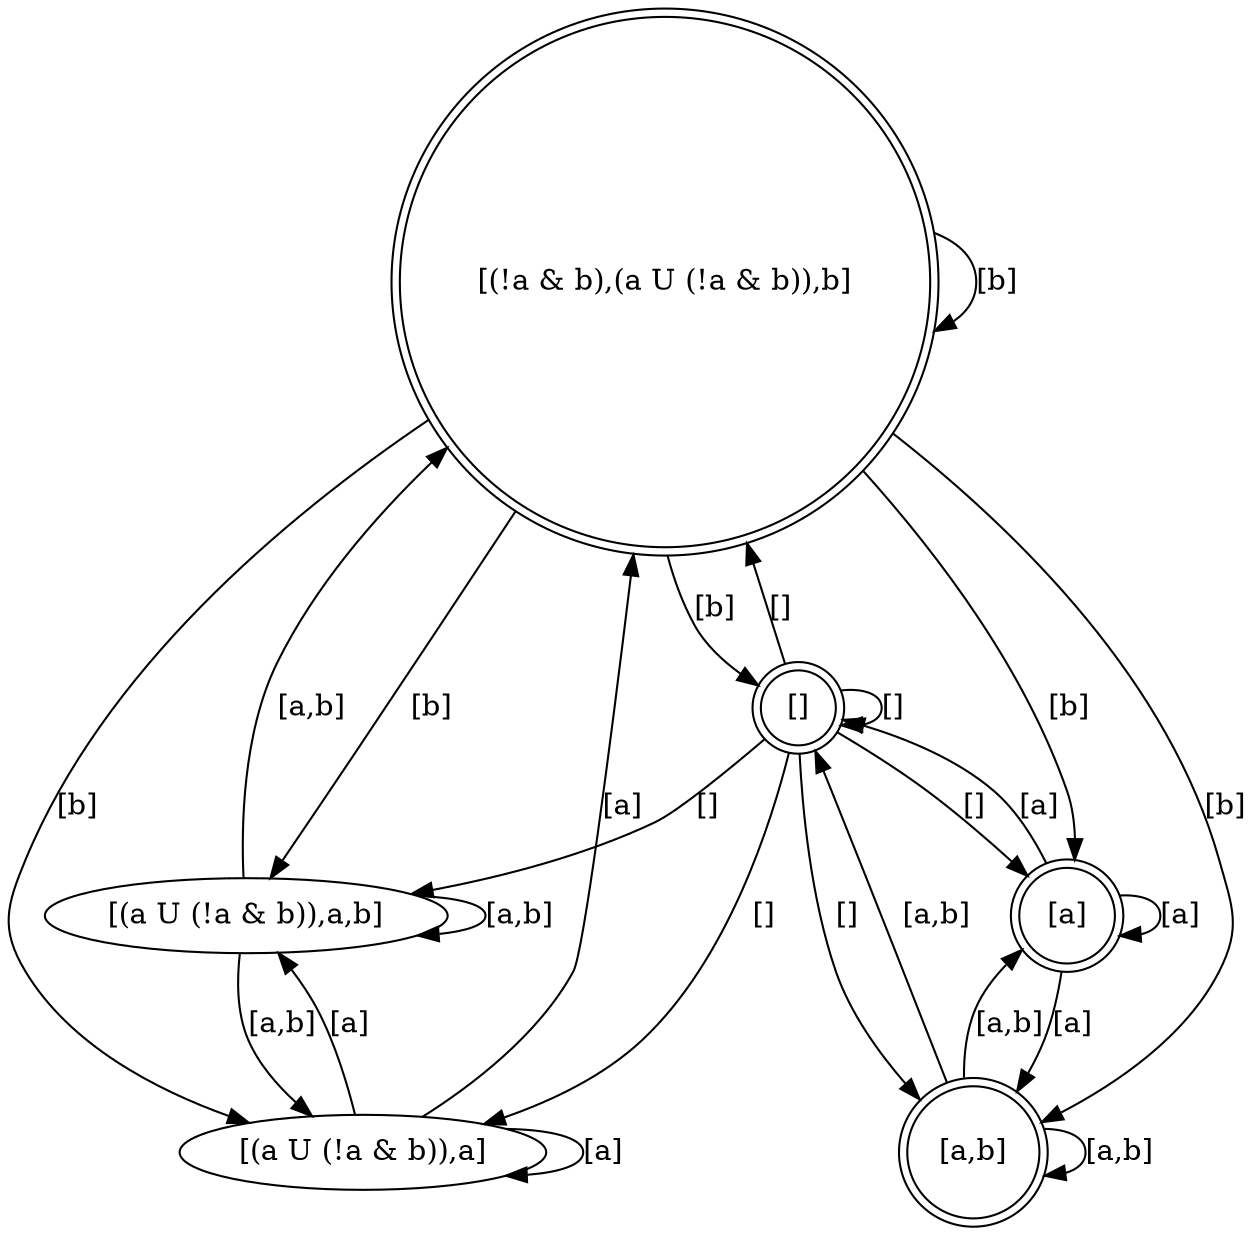
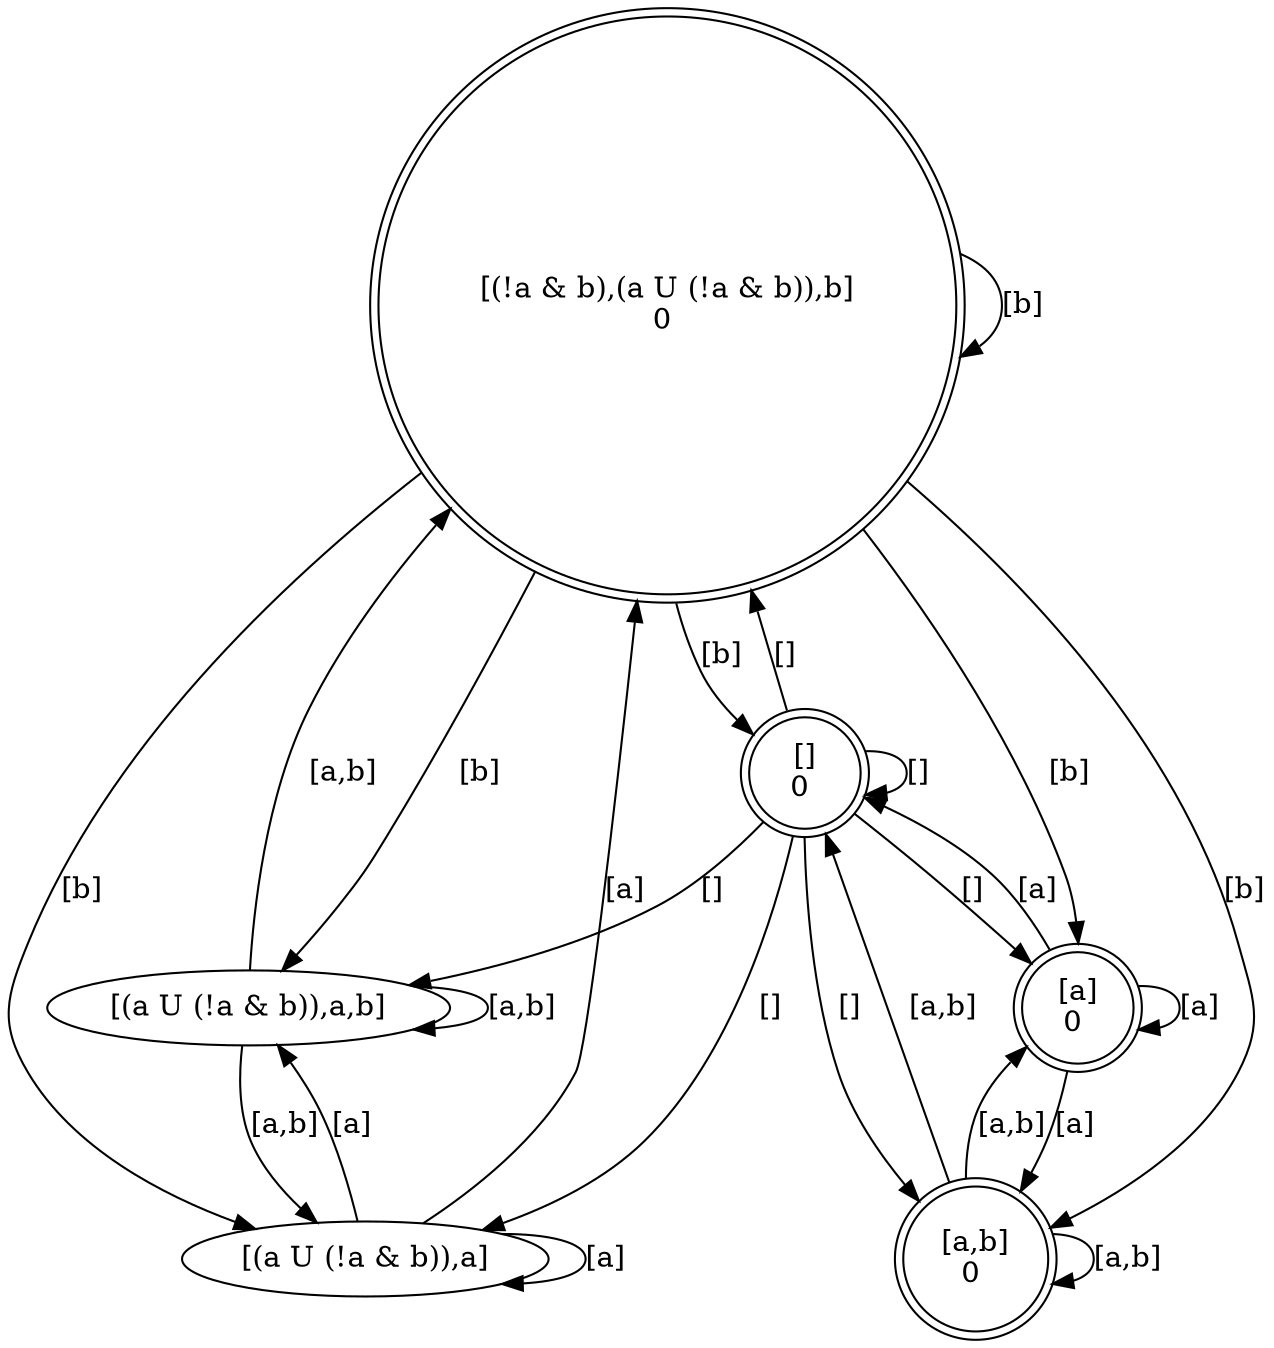
digraph gnba {
    node [colorscheme = spectral11];
-     "[(!a & b),(a U (!a & b)),b]"[shape = doublecircle];
+     "[(!a & b),(a U (!a & b)),b]"[shape = doublecircle] [label = "[(!a & b),(a U (!a & b)),b]
+ 0 "];
    "[(a U (!a & b)),a,b]";
    "[(a U (!a & b)),a]";
-     "[]"[shape = doublecircle];
-     "[a,b]"[shape = doublecircle];
-     "[a]"[shape = doublecircle];
+     "[]"[shape = doublecircle] [label = "[]
+ 0 "];
+     "[a,b]"[shape = doublecircle] [label = "[a,b]
+ 0 "];
+     "[a]"[shape = doublecircle] [label = "[a]
+ 0 "];
    "[(!a & b),(a U (!a & b)),b]" -> "[(!a & b),(a U (!a & b)),b]" [label = "[b]"];
    "[(!a & b),(a U (!a & b)),b]" -> "[(a U (!a & b)),a,b]" [label = "[b]"];
    "[(!a & b),(a U (!a & b)),b]" -> "[(a U (!a & b)),a]" [label = "[b]"];
    "[(!a & b),(a U (!a & b)),b]" -> "[]" [label = "[b]"];
    "[(!a & b),(a U (!a & b)),b]" -> "[a,b]" [label = "[b]"];
    "[(!a & b),(a U (!a & b)),b]" -> "[a]" [label = "[b]"];
    "[(a U (!a & b)),a,b]" -> "[(!a & b),(a U (!a & b)),b]" [label = "[a,b]"];
    "[(a U (!a & b)),a,b]" -> "[(a U (!a & b)),a,b]" [label = "[a,b]"];
    "[(a U (!a & b)),a,b]" -> "[(a U (!a & b)),a]" [label = "[a,b]"];
    "[(a U (!a & b)),a]" -> "[(!a & b),(a U (!a & b)),b]" [label = "[a]"];
    "[(a U (!a & b)),a]" -> "[(a U (!a & b)),a,b]" [label = "[a]"];
    "[(a U (!a & b)),a]" -> "[(a U (!a & b)),a]" [label = "[a]"];
    "[]" -> "[(!a & b),(a U (!a & b)),b]" [label = "[]"];
    "[]" -> "[(a U (!a & b)),a,b]" [label = "[]"];
    "[]" -> "[(a U (!a & b)),a]" [label = "[]"];
    "[]" -> "[]" [label = "[]"];
    "[]" -> "[a,b]" [label = "[]"];
    "[]" -> "[a]" [label = "[]"];
    "[a,b]" -> "[]" [label = "[a,b]"];
    "[a,b]" -> "[a,b]" [label = "[a,b]"];
    "[a,b]" -> "[a]" [label = "[a,b]"];
    "[a]" -> "[]" [label = "[a]"];
    "[a]" -> "[a,b]" [label = "[a]"];
    "[a]" -> "[a]" [label = "[a]"];
}